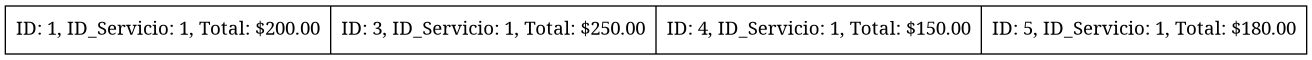
eric-rojas/-EDD-1S2025_202200331 keeps this Graphviz diagram as FASE_2/AutoGestPro/Reports/facturas.png. Above is the earlier version. Its source is kept beside it as FASE_2/AutoGestPro/Reports/facturas.dot.
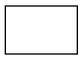
The same file after the commit.

The edit, as a diff of the source:
```diff
@@ -1,4 +1,4 @@
 digraph BTree {
 node [shape=record];
-58328727 [label="ID: 1, ID_Servicio: 1, Total: $200.00 | ID: 3, ID_Servicio: 1, Total: $250.00 | ID: 4, ID_Servicio: 1, Total: $150.00 | ID: 5, ID_Servicio: 1, Total: $180.00"];
+54778057 [label=""];
 }
```
